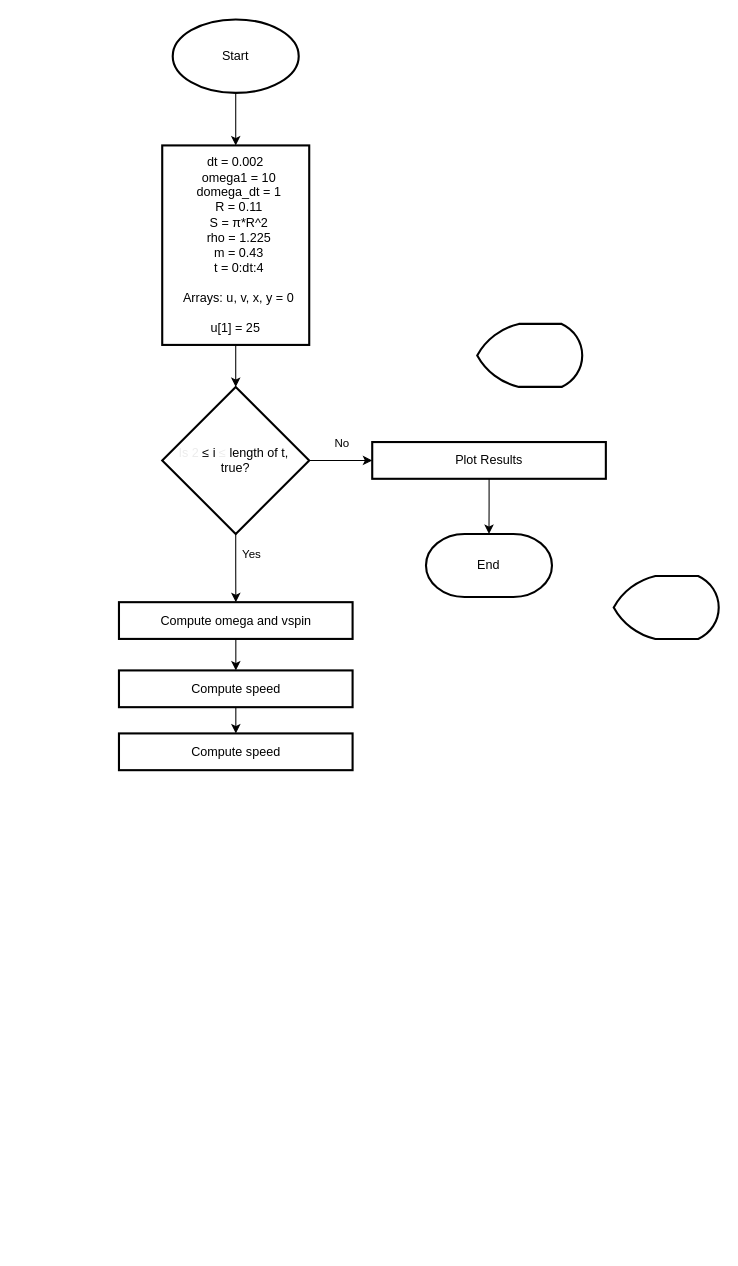
Schlubs/MATLAB3 keeps this draw.io diagram as Untitled Diagram.drawio. Above is the earlier version. Source tidied: cells renumbered, new cells numbered last; positions are measured from the earlier drawing's top-left corner, leaving out a move shared by most shapes. Both pictures are drawn from the tidied source at 105%, with x=0, y=0 at pixel (119, 19).
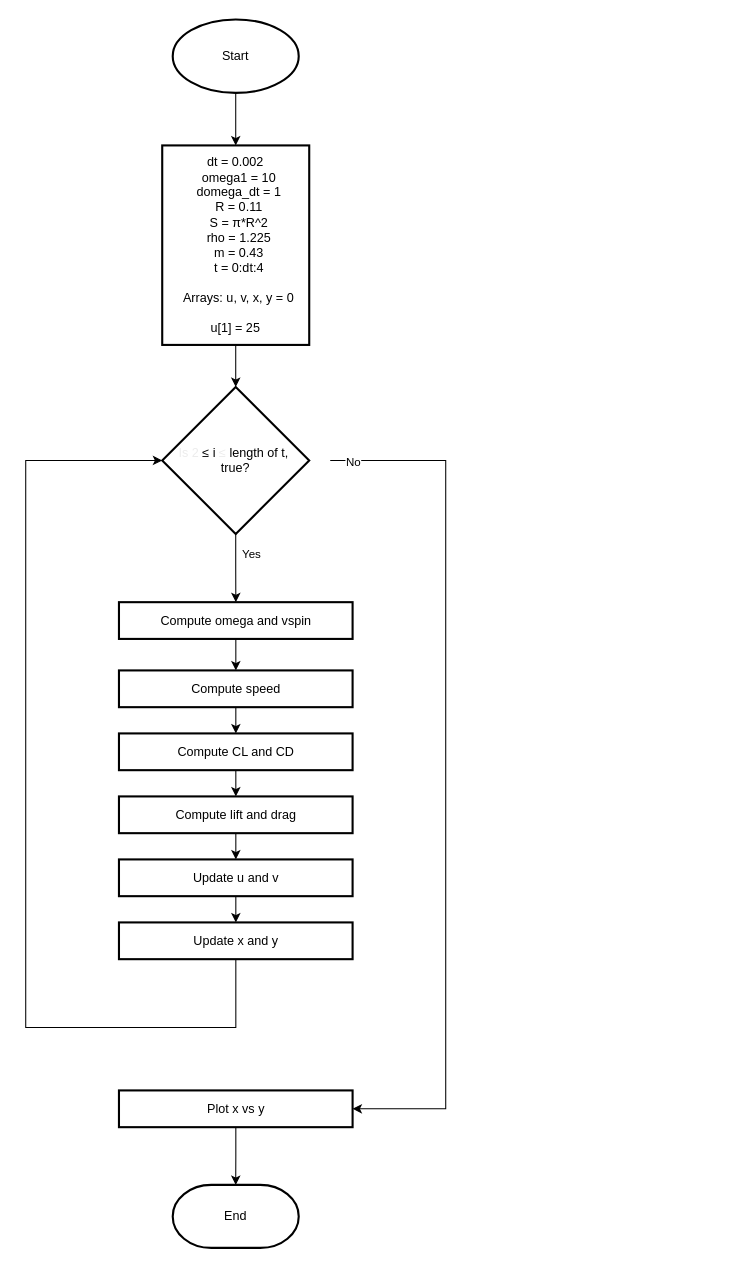
Above is the later version.

The change refers to these unchanged cells:
```xml
<mxCell id="10" value="&lt;font style=&quot;&quot;&gt;&lt;font style=&quot;color: light-dark(rgb(236, 236, 236), rgb(255, 255, 255));&quot;&gt;Is 2&lt;/font&gt;&lt;span style=&quot;color: light-dark(rgb(0, 0, 0), rgb(255, 255, 255));&quot;&gt; &lt;span style=&quot;font-family: &amp;quot;Google Sans&amp;quot;, Arial, sans-serif; text-align: start;&quot;&gt;&lt;font style=&quot;&quot;&gt;≤&lt;/font&gt;&lt;/span&gt;&lt;/span&gt;&lt;font style=&quot;color: light-dark(rgb(236, 236, 236), rgb(255, 255, 255));&quot;&gt;&amp;nbsp;&lt;/font&gt;&lt;span style=&quot;color: light-dark(rgb(0, 0, 0), rgb(255, 255, 255)); background-color: transparent;&quot;&gt;i&amp;nbsp;&lt;/span&gt;&lt;span style=&quot;font-family: &amp;quot;Google Sans&amp;quot;, Arial, sans-serif; text-align: start; color: rgb(236, 236, 236);&quot;&gt;&lt;font style=&quot;color: light-dark(rgb(236, 236, 236), rgb(255, 255, 255));&quot;&gt;≤&lt;/font&gt;&lt;/span&gt;&lt;span style=&quot;color: light-dark(rgb(0, 0, 0), rgb(255, 255, 255)); background-color: transparent;&quot;&gt;&amp;nbsp;length of t,&amp;nbsp;&lt;/span&gt;&lt;/font&gt;&lt;div&gt;&lt;div&gt;true?&lt;/div&gt;&lt;/div&gt;" style="strokeWidth=2;html=1;shape=mxgraph.flowchart.decision;whiteSpace=wrap;" parent="1" vertex="1">
  <mxGeometry x="41" y="350" width="140" height="140" as="geometry" />
</mxCell>
<mxCell id="17" value="Compute speed" style="rounded=1;absoluteArcSize=1;arcSize=0;strokeWidth=2;align=center;verticalAlign=middle;whiteSpace=wrap;" parent="1" vertex="1">
  <mxGeometry x="-0.2" y="620" width="222.5" height="35" as="geometry" />
</mxCell>
```

Change to the diagram source:
```diff
@@
-    <mxCell id="8" style="edgeStyle=orthogonalEdgeStyle;rounded=0;jettySize=auto;html=1;" parent="1" edge="1" source="10" target="20">
-      <mxGeometry relative="1" as="geometry" />
+    <mxCell id="8" style="edgeStyle=orthogonalEdgeStyle;rounded=0;jettySize=auto;html=1;entryX=1;entryY=0.5;entryDx=0;entryDy=0;" parent="1" edge="1" target="20">
+      <mxGeometry relative="1" as="geometry">
+        <mxPoint x="201" y="420" as="sourcePoint" />
+        <Array as="points">
+          <mxPoint x="311" y="420" />
+          <mxPoint x="311" y="1038" />
+        </Array>
+      </mxGeometry>
     </mxCell>
     <mxCell id="9" value="No" style="edgeLabel;html=1;align=center;verticalAlign=middle;" parent="8" vertex="1">
       <mxGeometry x="0.21" y="5" relative="1" as="geometry">
-        <mxPoint x="-6" y="-12" as="offset" />
+        <mxPoint x="-94" y="-383" as="offset" />
       </mxGeometry>
     </mxCell>
@@
     <mxCell id="13" value="End" style="strokeWidth=2;html=1;shape=mxgraph.flowchart.terminator;whiteSpace=wrap;" parent="1" vertex="1">
-      <mxGeometry x="292.2" y="490" width="120" height="60" as="geometry" />
+      <mxGeometry x="51" y="1110" width="120" height="60" as="geometry" />
     </mxCell>
-    <mxCell id="14" style="strokeWidth=2;html=1;shape=mxgraph.flowchart.display;whiteSpace=wrap;" parent="1" vertex="1">
-      <mxGeometry x="471" y="530" width="100" height="60" as="geometry" />
-    </mxCell>
-    <mxCell id="15" style="strokeWidth=2;html=1;shape=mxgraph.flowchart.display;whiteSpace=wrap;" parent="1" vertex="1">
-      <mxGeometry x="341" y="290" width="100" height="60" as="geometry" />
-    </mxCell>
-    <mxCell id="16" style="edgeStyle=orthogonalEdgeStyle;rounded=0;jettySize=auto;html=1;" parent="1" edge="1" source="17" target="18">
-      <mxGeometry relative="1" as="geometry" />
-    </mxCell>
+    <mxCell id="21" style="edgeStyle=orthogonalEdgeStyle;rounded=0;jettySize=auto;html=1;" parent="1" edge="1" source="17" target="24">
+      <mxGeometry relative="1" as="geometry" />
+    </mxCell>
@@
+    <mxCell id="22" style="edgeStyle=orthogonalEdgeStyle;rounded=0;jettySize=auto;html=1;" parent="1" edge="1" source="18" target="27">
+      <mxGeometry relative="1" as="geometry" />
+    </mxCell>
-    <mxCell id="18" value="Compute speed" style="rounded=1;absoluteArcSize=1;arcSize=0;strokeWidth=2;align=center;verticalAlign=middle;whiteSpace=wrap;" parent="1" vertex="1">
-      <mxGeometry x="-0.2" y="680" width="222.5" height="35" as="geometry" />
+    <mxCell id="18" value="Update u and v" style="rounded=1;absoluteArcSize=1;arcSize=0;strokeWidth=2;align=center;verticalAlign=middle;whiteSpace=wrap;" parent="1" vertex="1">
+      <mxGeometry x="-0.2" y="800" width="222.5" height="35" as="geometry" />
     </mxCell>
@@
-    <mxCell id="20" value="Plot Results" style="rounded=1;absoluteArcSize=1;arcSize=0;strokeWidth=2;align=center;verticalAlign=middle;whiteSpace=wrap;" parent="1" vertex="1">
-      <mxGeometry x="241" y="402.5" width="222.5" height="35" as="geometry" />
+    <mxCell id="20" value="Plot x vs y" style="rounded=1;absoluteArcSize=1;arcSize=0;strokeWidth=2;align=center;verticalAlign=middle;whiteSpace=wrap;" parent="1" vertex="1">
+      <mxGeometry x="-0.2" y="1020" width="222.5" height="35" as="geometry" />
     </mxCell>
+    <mxCell id="23" style="edgeStyle=orthogonalEdgeStyle;rounded=0;jettySize=auto;html=1;" parent="1" edge="1" source="24" target="26">
+      <mxGeometry relative="1" as="geometry" />
+    </mxCell>
+    <mxCell id="24" value="Compute CL and CD" style="rounded=1;absoluteArcSize=1;arcSize=0;strokeWidth=2;align=center;verticalAlign=middle;whiteSpace=wrap;" parent="1" vertex="1">
+      <mxGeometry x="-0.2" y="680" width="222.5" height="35" as="geometry" />
+    </mxCell>
+    <mxCell id="25" style="edgeStyle=orthogonalEdgeStyle;rounded=0;jettySize=auto;html=1;" parent="1" edge="1" source="26" target="18">
+      <mxGeometry relative="1" as="geometry" />
+    </mxCell>
+    <mxCell id="26" value="Compute lift and drag" style="rounded=1;absoluteArcSize=1;arcSize=0;strokeWidth=2;align=center;verticalAlign=middle;whiteSpace=wrap;" parent="1" vertex="1">
+      <mxGeometry x="-0.2" y="740" width="222.5" height="35" as="geometry" />
+    </mxCell>
+    <mxCell id="27" value="Update x and y" style="rounded=1;absoluteArcSize=1;arcSize=0;strokeWidth=2;align=center;verticalAlign=middle;whiteSpace=wrap;" parent="1" vertex="1">
+      <mxGeometry x="-0.2" y="860" width="222.5" height="35" as="geometry" />
+    </mxCell>
+    <mxCell id="28" style="edgeStyle=orthogonalEdgeStyle;rounded=0;jettySize=auto;html=1;entryX=0;entryY=0.5;entryDx=0;entryDy=0;entryPerimeter=0;" parent="1" edge="1" source="27" target="10">
+      <mxGeometry relative="1" as="geometry">
+        <Array as="points">
+          <mxPoint x="111" y="960" />
+          <mxPoint x="-89" y="960" />
+          <mxPoint x="-89" y="420" />
+        </Array>
+      </mxGeometry>
+    </mxCell>
```
